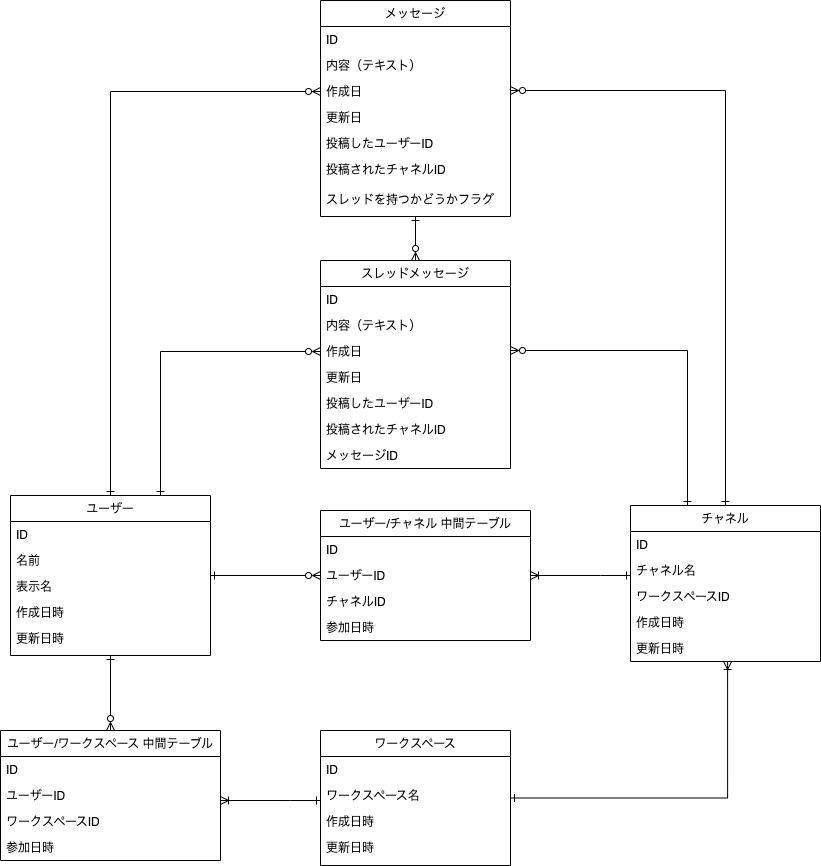
The draw.io diagram db/db-modeling-3/DB3 Diagram.drawio.png in yuikoito/PrAhaChallenge, before a commit. Source tidied: cells renumbered, new cells last; positions are measured from the earlier drawing's top-left corner, leaving out a move shared by most shapes.
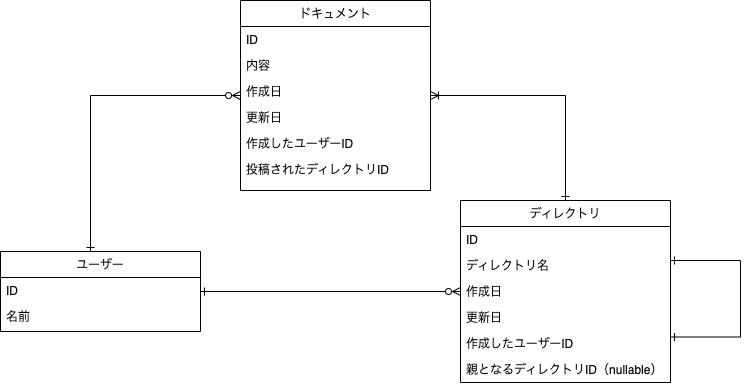
Above is the later version.

Change to the diagram source:
```diff
@@ -2,20 +2,18 @@
   <root>
     <mxCell id="0" />
     <mxCell id="1" parent="0" />
-    <mxCell id="2" style="edgeStyle=orthogonalEdgeStyle;rounded=0;jettySize=auto;html=1;entryX=0;entryY=0.5;entryDx=0;entryDy=0;startArrow=ERone;startFill=0;endArrow=ERzeroToMany;endFill=0;" parent="1" edge="1" source="6" target="40">
-      <mxGeometry relative="1" as="geometry" />
-    </mxCell>
-    <mxCell id="3" style="edgeStyle=orthogonalEdgeStyle;rounded=0;jettySize=auto;html=1;entryX=0.5;entryY=0;entryDx=0;entryDy=0;startArrow=ERone;startFill=0;endArrow=ERzeroToMany;endFill=0;" parent="1" edge="1" source="6" target="50">
-      <mxGeometry relative="1" as="geometry" />
-    </mxCell>
-    <mxCell id="4" style="edgeStyle=orthogonalEdgeStyle;rounded=0;jettySize=auto;html=1;entryX=0;entryY=0.5;entryDx=0;entryDy=0;startArrow=ERone;startFill=0;endArrow=ERzeroToMany;endFill=0;" parent="1" edge="1" source="6" target="17">
-      <mxGeometry relative="1" as="geometry" />
-    </mxCell>
-    <mxCell id="5" style="edgeStyle=orthogonalEdgeStyle;rounded=0;jettySize=auto;html=1;exitX=0.75;exitY=0;exitDx=0;exitDy=0;entryX=0;entryY=0.5;entryDx=0;entryDy=0;startArrow=ERone;startFill=0;endArrow=ERzeroToMany;endFill=0;" parent="1" edge="1" source="6" target="26">
-      <mxGeometry relative="1" as="geometry" />
-    </mxCell>
+    <mxCell id="55" style="edgeStyle=orthogonalEdgeStyle;rounded=0;jettySize=auto;html=1;startArrow=ERone;startFill=0;endArrow=ERzeroToMany;endFill=0;" parent="1" edge="1" source="6" target="58">
+      <mxGeometry relative="1" as="geometry" />
+    </mxCell>
+    <mxCell id="56" style="edgeStyle=orthogonalEdgeStyle;rounded=0;jettySize=auto;html=1;startArrow=ERone;startFill=0;endArrow=ERzeroToMany;endFill=0;" parent="1" edge="1" source="6" target="14">
+      <mxGeometry relative="1" as="geometry">
+        <Array as="points">
+          <mxPoint x="-90" y="285" />
+        </Array>
+      </mxGeometry>
+    </mxCell>
     <mxCell id="6" value="ユーザー" style="swimlane;fontStyle=0;align=center;verticalAlign=top;horizontal=1;startSize=26;rounded=0;shadow=0;strokeWidth=1;" parent="1" vertex="1">
-      <mxGeometry x="10" y="495" width="200" height="160" as="geometry" />
+      <mxGeometry x="-180" y="441" width="200" height="80" as="geometry" />
     </mxCell>
     <mxCell id="7" value="ID" style="text;align=left;verticalAlign=top;spacingLeft=4;spacingRight=4;overflow=hidden;" parent="6" vertex="1">
       <mxGeometry y="26" width="200" height="26" as="geometry" />
@@ -23,32 +21,16 @@
     <mxCell id="8" value="名前" style="text;align=left;verticalAlign=top;spacingLeft=4;spacingRight=4;overflow=hidden;rounded=0;shadow=0;html=0;" parent="6" vertex="1">
       <mxGeometry y="52" width="200" height="26" as="geometry" />
     </mxCell>
-    <mxCell id="9" value="表示名" style="text;align=left;verticalAlign=top;spacingLeft=4;spacingRight=4;overflow=hidden;rounded=0;shadow=0;html=0;" parent="6" vertex="1">
-      <mxGeometry y="78" width="200" height="26" as="geometry" />
-    </mxCell>
-    <mxCell id="10" value="作成日時&#10;" style="text;align=left;verticalAlign=top;spacingLeft=4;spacingRight=4;overflow=hidden;" parent="6" vertex="1">
-      <mxGeometry y="104" width="200" height="26" as="geometry" />
-    </mxCell>
-    <mxCell id="11" value="更新日時&#10;" style="text;align=left;verticalAlign=top;spacingLeft=4;spacingRight=4;overflow=hidden;" parent="6" vertex="1">
-      <mxGeometry y="130" width="200" height="26" as="geometry" />
-    </mxCell>
-    <mxCell id="12" style="edgeStyle=orthogonalEdgeStyle;rounded=0;jettySize=auto;html=1;entryX=0.5;entryY=0;entryDx=0;entryDy=0;startArrow=ERone;startFill=0;endArrow=ERzeroToMany;endFill=0;" parent="1" edge="1" source="14" target="23">
-      <mxGeometry relative="1" as="geometry" />
-    </mxCell>
-    <mxCell id="13" style="edgeStyle=orthogonalEdgeStyle;rounded=0;jettySize=auto;html=1;startArrow=ERzeroToMany;startFill=0;endArrow=ERone;endFill=0;" parent="1" edge="1" source="14" target="32">
-      <mxGeometry relative="1" as="geometry">
-        <Array as="points">
-          <mxPoint x="725" y="90" />
-        </Array>
-      </mxGeometry>
-    </mxCell>
+    <mxCell id="57" style="edgeStyle=orthogonalEdgeStyle;rounded=0;jettySize=auto;html=1;startArrow=ERoneToMany;startFill=0;endArrow=ERone;endFill=0;" parent="1" edge="1" source="14" target="58">
+      <mxGeometry relative="1" as="geometry" />
+    </mxCell>
-    <mxCell id="14" value="メッセージ" style="swimlane;fontStyle=0;align=center;verticalAlign=top;horizontal=1;startSize=26;rounded=0;shadow=0;strokeWidth=1;" parent="1" vertex="1">
-      <mxGeometry x="320" width="190" height="216" as="geometry" />
+    <mxCell id="14" value="ドキュメント" style="swimlane;fontStyle=0;align=center;verticalAlign=top;horizontal=1;startSize=26;rounded=0;shadow=0;strokeWidth=1;" parent="1" vertex="1">
+      <mxGeometry x="60" y="190" width="190" height="190" as="geometry" />
     </mxCell>
     <mxCell id="15" value="ID" style="text;align=left;verticalAlign=top;spacingLeft=4;spacingRight=4;overflow=hidden;" parent="14" vertex="1">
       <mxGeometry y="26" width="190" height="26" as="geometry" />
     </mxCell>
-    <mxCell id="16" value="内容（テキスト）" style="text;align=left;verticalAlign=top;spacingLeft=4;spacingRight=4;overflow=hidden;" parent="14" vertex="1">
+    <mxCell id="16" value="内容" style="text;align=left;verticalAlign=top;spacingLeft=4;spacingRight=4;overflow=hidden;" parent="14" vertex="1">
       <mxGeometry y="52" width="190" height="26" as="geometry" />
     </mxCell>
     <mxCell id="17" value="作成日" style="text;align=left;verticalAlign=top;spacingLeft=4;spacingRight=4;overflow=hidden;points=[[0,0.5],[1,0.5]];portConstraint=eastwest;rounded=0;shadow=0;html=0;" parent="14" vertex="1">
@@ -57,131 +39,40 @@
     <mxCell id="18" value="更新日&#10;" style="text;align=left;verticalAlign=top;spacingLeft=4;spacingRight=4;overflow=hidden;rounded=0;shadow=0;html=0;" parent="14" vertex="1">
       <mxGeometry y="104" width="190" height="26" as="geometry" />
     </mxCell>
-    <mxCell id="19" value="投稿したユーザーID" style="text;align=left;verticalAlign=top;spacingLeft=4;spacingRight=4;overflow=hidden;" parent="14" vertex="1">
+    <mxCell id="19" value="作成したユーザーID" style="text;align=left;verticalAlign=top;spacingLeft=4;spacingRight=4;overflow=hidden;" parent="14" vertex="1">
       <mxGeometry y="130" width="190" height="26" as="geometry" />
     </mxCell>
-    <mxCell id="20" value="投稿されたチャネルID" style="text;align=left;verticalAlign=top;spacingLeft=4;spacingRight=4;overflow=hidden;" parent="14" vertex="1">
+    <mxCell id="20" value="投稿されたディレクトリID" style="text;align=left;verticalAlign=top;spacingLeft=4;spacingRight=4;overflow=hidden;" parent="14" vertex="1">
       <mxGeometry y="156" width="190" height="30" as="geometry" />
     </mxCell>
-    <mxCell id="21" value="スレッドを持つかどうかフラグ" style="text;align=left;verticalAlign=top;spacingLeft=4;spacingRight=4;overflow=hidden;" parent="14" vertex="1">
-      <mxGeometry y="186" width="190" height="30" as="geometry" />
-    </mxCell>
-    <mxCell id="22" style="edgeStyle=orthogonalEdgeStyle;rounded=0;jettySize=auto;html=1;entryX=0.3;entryY=0;entryDx=0;entryDy=0;entryPerimeter=0;startArrow=ERzeroToMany;startFill=0;endArrow=ERone;endFill=0;" parent="1" edge="1" source="23" target="32">
-      <mxGeometry relative="1" as="geometry">
-        <Array as="points">
-          <mxPoint x="687" y="350" />
-        </Array>
-      </mxGeometry>
-    </mxCell>
-    <mxCell id="23" value="スレッドメッセージ" style="swimlane;fontStyle=0;align=center;verticalAlign=top;horizontal=1;startSize=26;rounded=0;shadow=0;strokeWidth=1;" parent="1" vertex="1">
-      <mxGeometry x="320" y="260" width="190" height="208" as="geometry" />
-    </mxCell>
-    <mxCell id="24" value="ID" style="text;align=left;verticalAlign=top;spacingLeft=4;spacingRight=4;overflow=hidden;" parent="23" vertex="1">
-      <mxGeometry y="26" width="190" height="26" as="geometry" />
-    </mxCell>
-    <mxCell id="25" value="内容（テキスト）" style="text;align=left;verticalAlign=top;spacingLeft=4;spacingRight=4;overflow=hidden;" parent="23" vertex="1">
-      <mxGeometry y="52" width="190" height="26" as="geometry" />
-    </mxCell>
+    <mxCell id="58" value="ディレクトリ" style="swimlane;fontStyle=0;align=center;verticalAlign=top;horizontal=1;startSize=26;rounded=0;shadow=0;strokeWidth=1;" parent="1" vertex="1">
+      <mxGeometry x="280" y="390" width="210" height="182" as="geometry" />
+    </mxCell>
+    <mxCell id="39" value="ID" style="text;align=left;verticalAlign=top;spacingLeft=4;spacingRight=4;overflow=hidden;" parent="58" vertex="1">
+      <mxGeometry y="26" width="210" height="26" as="geometry" />
+    </mxCell>
+    <mxCell id="59" value="ディレクトリ名" style="text;align=left;verticalAlign=top;spacingLeft=4;spacingRight=4;overflow=hidden;" parent="58" vertex="1">
+      <mxGeometry y="52" width="210" height="26" as="geometry" />
+    </mxCell>
-    <mxCell id="26" value="作成日" style="text;align=left;verticalAlign=top;spacingLeft=4;spacingRight=4;overflow=hidden;points=[[0,0.5],[1,0.5]];portConstraint=eastwest;rounded=0;shadow=0;html=0;" parent="23" vertex="1">
-      <mxGeometry y="78" width="190" height="26" as="geometry" />
+    <mxCell id="26" value="作成日" style="text;align=left;verticalAlign=top;spacingLeft=4;spacingRight=4;overflow=hidden;points=[[0,0.5],[1,0.5]];portConstraint=eastwest;rounded=0;shadow=0;html=0;" parent="58" vertex="1">
+      <mxGeometry y="78" width="210" height="26" as="geometry" />
     </mxCell>
-    <mxCell id="27" value="更新日&#10;" style="text;align=left;verticalAlign=top;spacingLeft=4;spacingRight=4;overflow=hidden;rounded=0;shadow=0;html=0;" parent="23" vertex="1">
-      <mxGeometry y="104" width="190" height="26" as="geometry" />
+    <mxCell id="27" value="更新日&#10;" style="text;align=left;verticalAlign=top;spacingLeft=4;spacingRight=4;overflow=hidden;rounded=0;shadow=0;html=0;" parent="58" vertex="1">
+      <mxGeometry y="104" width="210" height="26" as="geometry" />
     </mxCell>
-    <mxCell id="28" value="投稿したユーザーID" style="text;align=left;verticalAlign=top;spacingLeft=4;spacingRight=4;overflow=hidden;" parent="23" vertex="1">
-      <mxGeometry y="130" width="190" height="26" as="geometry" />
-    </mxCell>
-    <mxCell id="29" value="投稿されたチャネルID" style="text;align=left;verticalAlign=top;spacingLeft=4;spacingRight=4;overflow=hidden;" parent="23" vertex="1">
-      <mxGeometry y="156" width="190" height="26" as="geometry" />
-    </mxCell>
-    <mxCell id="30" value="メッセージID" style="text;align=left;verticalAlign=top;spacingLeft=4;spacingRight=4;overflow=hidden;" parent="23" vertex="1">
-      <mxGeometry y="182" width="190" height="26" as="geometry" />
-    </mxCell>
-    <mxCell id="31" style="edgeStyle=orthogonalEdgeStyle;rounded=0;jettySize=auto;html=1;entryX=1;entryY=0.5;entryDx=0;entryDy=0;startArrow=ERone;startFill=0;endArrow=ERoneToMany;endFill=0;" parent="1" edge="1" source="32" target="40">
-      <mxGeometry relative="1" as="geometry">
-        <Array as="points">
-          <mxPoint x="600" y="575" />
-          <mxPoint x="600" y="575" />
-        </Array>
-      </mxGeometry>
-    </mxCell>
-    <mxCell id="32" value="チャネル" style="swimlane;fontStyle=0;align=center;verticalAlign=top;horizontal=1;startSize=26;rounded=0;shadow=0;strokeWidth=1;" parent="1" vertex="1">
-      <mxGeometry x="630" y="505" width="190" height="156" as="geometry" />
-    </mxCell>
-    <mxCell id="33" value="ID" style="text;align=left;verticalAlign=top;spacingLeft=4;spacingRight=4;overflow=hidden;" parent="32" vertex="1">
-      <mxGeometry y="26" width="190" height="26" as="geometry" />
-    </mxCell>
-    <mxCell id="34" value="チャネル名" style="text;align=left;verticalAlign=top;spacingLeft=4;spacingRight=4;overflow=hidden;rounded=0;shadow=0;html=0;" parent="32" vertex="1">
-      <mxGeometry y="52" width="190" height="26" as="geometry" />
-    </mxCell>
-    <mxCell id="35" value="ワークスペースID" style="text;align=left;verticalAlign=top;spacingLeft=4;spacingRight=4;overflow=hidden;rounded=0;shadow=0;html=0;" parent="32" vertex="1">
-      <mxGeometry y="78" width="190" height="26" as="geometry" />
-    </mxCell>
-    <mxCell id="36" value="作成日時&#10;" style="text;align=left;verticalAlign=top;spacingLeft=4;spacingRight=4;overflow=hidden;" parent="32" vertex="1">
-      <mxGeometry y="104" width="190" height="26" as="geometry" />
-    </mxCell>
-    <mxCell id="37" value="更新日時&#10;" style="text;align=left;verticalAlign=top;spacingLeft=4;spacingRight=4;overflow=hidden;points=[[0,0.5],[1,0.5]];portConstraint=eastwest;" parent="32" vertex="1">
-      <mxGeometry y="130" width="190" height="26" as="geometry" />
-    </mxCell>
-    <mxCell id="38" value="ユーザー/チャネル 中間テーブル" style="swimlane;fontStyle=0;align=center;verticalAlign=top;horizontal=1;startSize=26;rounded=0;shadow=0;strokeWidth=1;" parent="1" vertex="1">
-      <mxGeometry x="320" y="510" width="210" height="130" as="geometry" />
-    </mxCell>
-    <mxCell id="39" value="ID" style="text;align=left;verticalAlign=top;spacingLeft=4;spacingRight=4;overflow=hidden;" parent="38" vertex="1">
-      <mxGeometry y="26" width="210" height="26" as="geometry" />
-    </mxCell>
-    <mxCell id="40" value="ユーザーID" style="text;align=left;verticalAlign=top;spacingLeft=4;spacingRight=4;overflow=hidden;points=[[0,0.5],[1,0.5]];portConstraint=eastwest;rounded=0;shadow=0;html=0;" parent="38" vertex="1">
-      <mxGeometry y="52" width="210" height="26" as="geometry" />
-    </mxCell>
-    <mxCell id="41" value="チャネルID" style="text;align=left;verticalAlign=top;spacingLeft=4;spacingRight=4;overflow=hidden;rounded=0;shadow=0;html=0;" parent="38" vertex="1">
-      <mxGeometry y="78" width="210" height="26" as="geometry" />
-    </mxCell>
-    <mxCell id="42" value="参加日時" style="text;align=left;verticalAlign=top;spacingLeft=4;spacingRight=4;overflow=hidden;" parent="38" vertex="1">
-      <mxGeometry y="104" width="210" height="26" as="geometry" />
-    </mxCell>
-    <mxCell id="43" style="edgeStyle=orthogonalEdgeStyle;rounded=0;jettySize=auto;html=1;entryX=1;entryY=-0.308;entryDx=0;entryDy=0;entryPerimeter=0;startArrow=ERone;startFill=0;endArrow=ERoneToMany;endFill=0;" parent="1" edge="1" source="45" target="53">
-      <mxGeometry relative="1" as="geometry">
-        <Array as="points">
-          <mxPoint x="290" y="800" />
-          <mxPoint x="290" y="800" />
-        </Array>
-      </mxGeometry>
-    </mxCell>
-    <mxCell id="44" style="edgeStyle=orthogonalEdgeStyle;rounded=0;jettySize=auto;html=1;entryX=0.511;entryY=1;entryDx=0;entryDy=0;entryPerimeter=0;startArrow=ERone;startFill=0;endArrow=ERoneToMany;endFill=0;" parent="1" edge="1" source="45" target="37">
-      <mxGeometry relative="1" as="geometry">
-        <Array as="points">
-          <mxPoint x="727" y="798" />
-        </Array>
-      </mxGeometry>
-    </mxCell>
-    <mxCell id="45" value="ワークスペース" style="swimlane;fontStyle=0;align=center;verticalAlign=top;horizontal=1;startSize=26;rounded=0;shadow=0;strokeWidth=1;" parent="1" vertex="1">
-      <mxGeometry x="320" y="730" width="190" height="135" as="geometry" />
-    </mxCell>
-    <mxCell id="46" value="ID" style="text;align=left;verticalAlign=top;spacingLeft=4;spacingRight=4;overflow=hidden;" parent="45" vertex="1">
-      <mxGeometry y="26" width="190" height="26" as="geometry" />
-    </mxCell>
-    <mxCell id="47" value="ワークスペース名" style="text;align=left;verticalAlign=top;spacingLeft=4;spacingRight=4;overflow=hidden;rounded=0;shadow=0;html=0;" parent="45" vertex="1">
-      <mxGeometry y="52" width="190" height="26" as="geometry" />
-    </mxCell>
-    <mxCell id="48" value="作成日時&#10;" style="text;align=left;verticalAlign=top;spacingLeft=4;spacingRight=4;overflow=hidden;" parent="45" vertex="1">
-      <mxGeometry y="78" width="190" height="26" as="geometry" />
-    </mxCell>
-    <mxCell id="49" value="更新日時&#10;" style="text;align=left;verticalAlign=top;spacingLeft=4;spacingRight=4;overflow=hidden;" parent="45" vertex="1">
-      <mxGeometry y="104" width="190" height="26" as="geometry" />
-    </mxCell>
-    <mxCell id="50" value="ユーザー/ワークスペース 中間テーブル" style="swimlane;fontStyle=0;align=center;verticalAlign=top;horizontal=1;startSize=26;rounded=0;shadow=0;strokeWidth=1;" parent="1" vertex="1">
-      <mxGeometry y="730" width="220" height="130" as="geometry" />
-    </mxCell>
-    <mxCell id="51" value="ID" style="text;align=left;verticalAlign=top;spacingLeft=4;spacingRight=4;overflow=hidden;" parent="50" vertex="1">
-      <mxGeometry y="26" width="220" height="26" as="geometry" />
-    </mxCell>
-    <mxCell id="52" value="ユーザーID" style="text;align=left;verticalAlign=top;spacingLeft=4;spacingRight=4;overflow=hidden;rounded=0;shadow=0;html=0;" parent="50" vertex="1">
-      <mxGeometry y="52" width="220" height="26" as="geometry" />
-    </mxCell>
-    <mxCell id="53" value="ワークスペースID" style="text;align=left;verticalAlign=top;spacingLeft=4;spacingRight=4;overflow=hidden;points=[[0,0.5],[1,0.5]];portConstraint=eastwest;rounded=0;shadow=0;html=0;" parent="50" vertex="1">
-      <mxGeometry y="78" width="220" height="26" as="geometry" />
-    </mxCell>
-    <mxCell id="54" value="参加日時" style="text;align=left;verticalAlign=top;spacingLeft=4;spacingRight=4;overflow=hidden;" parent="50" vertex="1">
-      <mxGeometry y="104" width="220" height="26" as="geometry" />
-    </mxCell>
+    <mxCell id="60" value="作成したユーザーID" style="text;align=left;verticalAlign=top;spacingLeft=4;spacingRight=4;overflow=hidden;" parent="58" vertex="1">
+      <mxGeometry y="130" width="210" height="26" as="geometry" />
+    </mxCell>
+    <mxCell id="61" value="親となるディレクトリID（nullable）" style="text;align=left;verticalAlign=top;spacingLeft=4;spacingRight=4;overflow=hidden;" parent="58" vertex="1">
+      <mxGeometry y="156" width="210" height="26" as="geometry" />
+    </mxCell>
+    <mxCell id="62" style="edgeStyle=orthogonalEdgeStyle;rounded=0;orthogonalLoop=1;jettySize=auto;html=1;entryX=1;entryY=0.75;entryDx=0;entryDy=0;startArrow=ERone;startFill=0;endArrow=ERone;endFill=0;" parent="1" edge="1" source="58" target="58">
+      <mxGeometry relative="1" as="geometry">
+        <Array as="points">
+          <mxPoint x="560" y="450" />
+          <mxPoint x="560" y="527" />
+        </Array>
+      </mxGeometry>
+    </mxCell>
   </root>
 </mxGraphModel>
```
